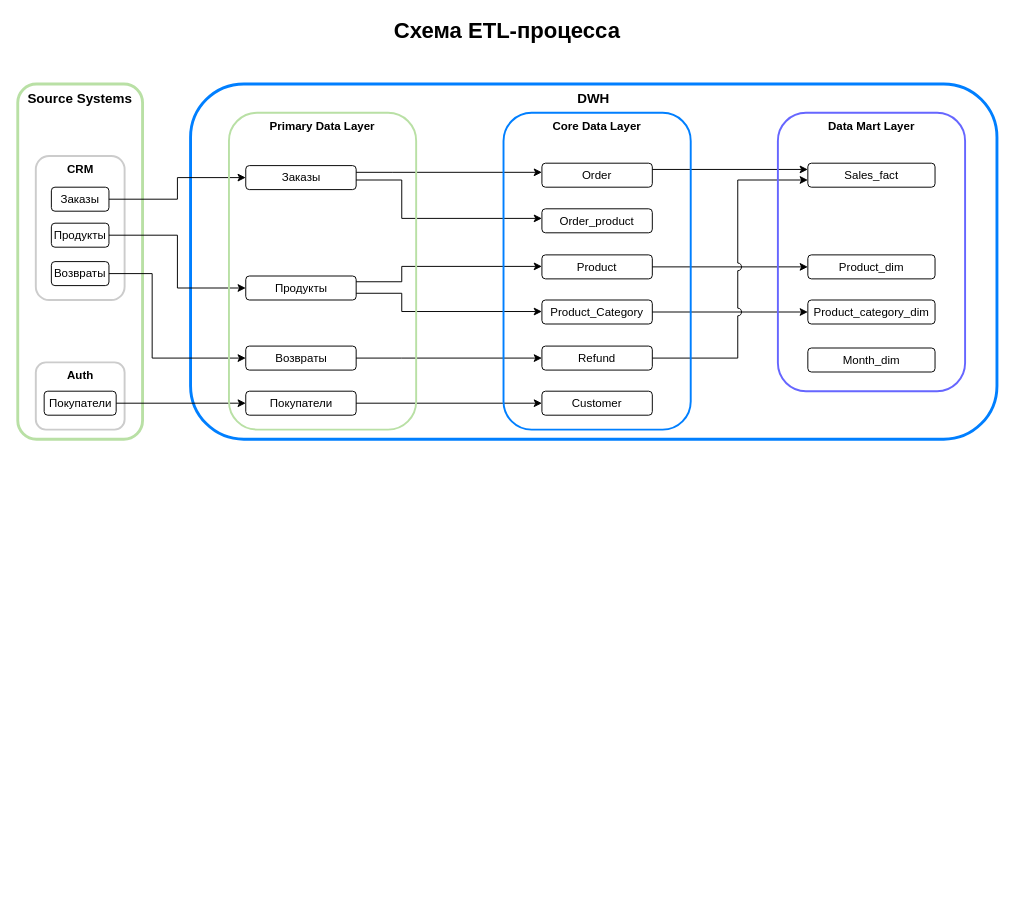
nik-gorby/PWH-18 keeps this draw.io diagram as page "ETL" (3 of 3) of PWH-18_diplom.drawio. Above is the earlier version. Source tidied: cells renumbered, new cells numbered last; positions are measured from the earlier drawing's top-left corner, leaving out a move shared by most shapes. Both pictures are drawn from the tidied source at 96%, with x=0, y=0 at pixel (17, 16).
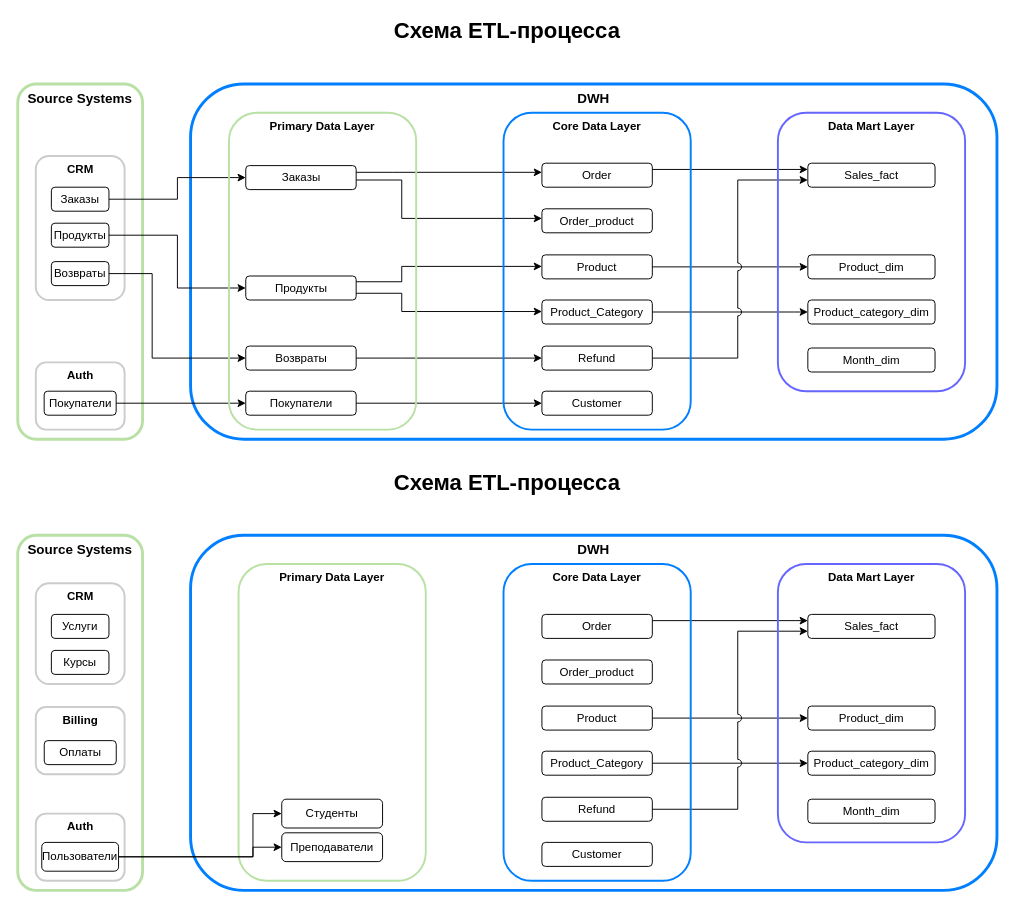
The same diagram, later.

Diff of the diagram source:
```diff
@@
+    <mxCell id="44" style="group;" parent="1" vertex="1">
+      <mxGeometry y="470" width="1020" height="440" as="geometry" />
+    </mxCell>
+    <mxCell id="45" value="Схема ETL-процесса" style="text;strokeColor=none;align=center;fillColor=none;html=1;verticalAlign=middle;whiteSpace=wrap;rounded=0;fontStyle=1;fontSize=23;" parent="44" vertex="1">
+      <mxGeometry x="385" width="250" height="30" as="geometry" />
+    </mxCell>
+    <mxCell id="46" value="&lt;b&gt;&lt;font style=&quot;font-size: 14px;&quot;&gt;DWH&lt;/font&gt;&lt;/b&gt;" style="rounded=1;whiteSpace=wrap;html=1;verticalAlign=top;fillColor=default;strokeColor=#007FFF;strokeWidth=3;" parent="44" vertex="1">
+      <mxGeometry x="180" y="70" width="840" height="370" as="geometry" />
+    </mxCell>
+    <mxCell id="47" value="&lt;b&gt;&lt;font style=&quot;font-size: 14px;&quot;&gt;Source Systems&lt;/font&gt;&lt;/b&gt;" style="rounded=1;whiteSpace=wrap;html=1;verticalAlign=top;fillColor=default;strokeColor=#B9E0A5;strokeWidth=3;" parent="44" vertex="1">
+      <mxGeometry y="70" width="130" height="370" as="geometry" />
+    </mxCell>
+    <mxCell id="48" style="edgeStyle=orthogonalEdgeStyle;rounded=0;jettySize=auto;html=1;jumpStyle=arc;" parent="44" edge="1" source="53" target="60">
+      <mxGeometry relative="1" as="geometry">
+        <Array as="points">
+          <mxPoint x="743" y="159" />
+          <mxPoint x="743" y="159" />
+        </Array>
+      </mxGeometry>
+    </mxCell>
+    <mxCell id="49" style="edgeStyle=orthogonalEdgeStyle;rounded=0;jettySize=auto;html=1;" parent="44" edge="1" source="55" target="62">
+      <mxGeometry relative="1" as="geometry" />
+    </mxCell>
+    <mxCell id="50" style="edgeStyle=orthogonalEdgeStyle;rounded=0;jettySize=auto;html=1;entryX=0;entryY=0.5;entryDx=0;entryDy=0;" parent="44" edge="1" source="56" target="63">
+      <mxGeometry relative="1" as="geometry" />
+    </mxCell>
+    <mxCell id="51" style="edgeStyle=orthogonalEdgeStyle;rounded=0;jettySize=auto;html=1;jumpStyle=arc;jumpSize=8;flowAnimation=0;shadow=0;" parent="44" edge="1" source="58" target="60">
+      <mxGeometry relative="1" as="geometry">
+        <Array as="points">
+          <mxPoint x="750" y="355" />
+          <mxPoint x="750" y="170" />
+        </Array>
+      </mxGeometry>
+    </mxCell>
+    <mxCell id="52" value="&lt;b&gt;Core Data Layer&lt;/b&gt;" style="rounded=1;whiteSpace=wrap;html=1;verticalAlign=top;fillColor=none;strokeColor=#007FFF;strokeWidth=2;" parent="44" vertex="1">
+      <mxGeometry x="506" y="100" width="195" height="330" as="geometry" />
+    </mxCell>
+    <mxCell id="53" value="Order" style="rounded=1;whiteSpace=wrap;html=1;fillColor=none;" parent="44" vertex="1">
+      <mxGeometry x="546" y="152.5" width="115" height="25" as="geometry" />
+    </mxCell>
+    <mxCell id="54" value="Order_product" style="rounded=1;whiteSpace=wrap;html=1;fillColor=none;" parent="44" vertex="1">
+      <mxGeometry x="546" y="200" width="115" height="25" as="geometry" />
+    </mxCell>
+    <mxCell id="55" value="P&lt;span style=&quot;background-color: transparent; color: light-dark(rgb(0, 0, 0), rgb(255, 255, 255));&quot;&gt;roduct&lt;/span&gt;" style="rounded=1;whiteSpace=wrap;html=1;fillColor=none;" parent="44" vertex="1">
+      <mxGeometry x="546" y="248" width="115" height="25" as="geometry" />
+    </mxCell>
+    <mxCell id="56" value="P&lt;span style=&quot;background-color: transparent; color: light-dark(rgb(0, 0, 0), rgb(255, 255, 255));&quot;&gt;roduct_Category&lt;/span&gt;" style="rounded=1;whiteSpace=wrap;html=1;fillColor=none;" parent="44" vertex="1">
+      <mxGeometry x="546" y="295" width="115" height="25" as="geometry" />
+    </mxCell>
+    <mxCell id="57" value="Customer" style="rounded=1;whiteSpace=wrap;html=1;fillColor=none;" parent="44" vertex="1">
+      <mxGeometry x="546" y="390" width="115" height="25" as="geometry" />
+    </mxCell>
+    <mxCell id="58" value="Refund" style="rounded=1;whiteSpace=wrap;html=1;fillColor=none;" parent="44" vertex="1">
+      <mxGeometry x="546" y="343" width="115" height="25" as="geometry" />
+    </mxCell>
+    <mxCell id="59" value="&lt;b&gt;Data Mart Layer&lt;/b&gt;" style="rounded=1;whiteSpace=wrap;html=1;verticalAlign=top;fillColor=none;strokeColor=#6666FF;strokeWidth=2;" parent="44" vertex="1">
+      <mxGeometry x="791.8" y="100" width="195" height="290" as="geometry" />
+    </mxCell>
+    <mxCell id="60" value="Sales_fact" style="rounded=1;whiteSpace=wrap;html=1;fillColor=none;" parent="44" vertex="1">
+      <mxGeometry x="823" y="152.5" width="132.5" height="25" as="geometry" />
+    </mxCell>
+    <mxCell id="61" value="Month_dim" style="rounded=1;whiteSpace=wrap;html=1;fillColor=none;" parent="44" vertex="1">
+      <mxGeometry x="823" y="345" width="132.5" height="25" as="geometry" />
+    </mxCell>
+    <mxCell id="62" value="Product_dim" style="rounded=1;whiteSpace=wrap;html=1;fillColor=none;" parent="44" vertex="1">
+      <mxGeometry x="823" y="248" width="132.5" height="25" as="geometry" />
+    </mxCell>
+    <mxCell id="63" value="Product_category_dim" style="rounded=1;whiteSpace=wrap;html=1;fillColor=none;" parent="44" vertex="1">
+      <mxGeometry x="823" y="295" width="132.5" height="25" as="geometry" />
+    </mxCell>
+    <mxCell id="64" value="&lt;b&gt;Primary Data Layer&lt;/b&gt;" style="rounded=1;whiteSpace=wrap;html=1;verticalAlign=top;fillColor=none;strokeColor=#B9E0A5;strokeWidth=2;" parent="44" vertex="1">
+      <mxGeometry x="230" y="100" width="195" height="330" as="geometry" />
+    </mxCell>
+    <mxCell id="65" style="group;" parent="44" vertex="1">
+      <mxGeometry x="18.8" y="120" width="92.5" height="105" as="geometry" />
+    </mxCell>
+    <mxCell id="66" value="&lt;b&gt;CRM&lt;/b&gt;" style="rounded=1;whiteSpace=wrap;html=1;fillColor=none;verticalAlign=top;strokeColor=#CCCCCC;strokeWidth=2;" parent="65" vertex="1">
+      <mxGeometry width="92.5" height="105" as="geometry" />
+    </mxCell>
+    <mxCell id="67" value="Услуги" style="rounded=1;whiteSpace=wrap;html=1;fillColor=none;" parent="65" vertex="1">
+      <mxGeometry x="16.2" y="32.5" width="60" height="25" as="geometry" />
+    </mxCell>
+    <mxCell id="68" value="Курсы" style="rounded=1;whiteSpace=wrap;html=1;fillColor=none;" parent="65" vertex="1">
+      <mxGeometry x="16.2" y="70" width="60" height="25" as="geometry" />
+    </mxCell>
+    <mxCell id="69" style="group;" parent="44" vertex="1">
+      <mxGeometry x="18.8" y="249" width="92.5" height="70" as="geometry" />
+    </mxCell>
+    <mxCell id="70" value="&lt;b&gt;Billing&lt;/b&gt;" style="rounded=1;whiteSpace=wrap;html=1;fillColor=none;verticalAlign=top;strokeColor=#CCCCCC;strokeWidth=2;" parent="69" vertex="1">
+      <mxGeometry width="92.5" height="70" as="geometry" />
+    </mxCell>
+    <mxCell id="71" value="Оплаты" style="rounded=1;whiteSpace=wrap;html=1;fillColor=none;" parent="69" vertex="1">
+      <mxGeometry x="8.8" y="35" width="75" height="25" as="geometry" />
+    </mxCell>
+    <mxCell id="72" style="group;" parent="44" vertex="1">
+      <mxGeometry x="16.9" y="360" width="96.2" height="70" as="geometry" />
+    </mxCell>
+    <mxCell id="73" value="&lt;b&gt;Auth&lt;/b&gt;" style="rounded=1;whiteSpace=wrap;html=1;fillColor=none;verticalAlign=top;strokeColor=#CCCCCC;strokeWidth=2;" parent="72" vertex="1">
+      <mxGeometry x="1.9" width="92.5" height="70" as="geometry" />
+    </mxCell>
+    <mxCell id="74" value="Пользователи" style="rounded=1;whiteSpace=wrap;html=1;fillColor=none;" parent="72" vertex="1">
+      <mxGeometry x="8.1" y="30" width="80" height="30" as="geometry" />
+    </mxCell>
+    <mxCell id="75" value="Студенты" style="rounded=1;whiteSpace=wrap;html=1;fillColor=none;" parent="44" vertex="1">
+      <mxGeometry x="275" y="345" width="105" height="30" as="geometry" />
+    </mxCell>
+    <mxCell id="76" value="Преподаватели" style="rounded=1;whiteSpace=wrap;html=1;fillColor=none;" parent="44" vertex="1">
+      <mxGeometry x="275" y="380" width="105" height="30" as="geometry" />
+    </mxCell>
+    <mxCell id="77" style="endArrow=classic;html=1;rounded=0;edgeStyle=orthogonalEdgeStyle;" parent="44" edge="1" source="74" target="75">
+      <mxGeometry relative="1" as="geometry">
+        <Array as="points">
+          <mxPoint x="245" y="405" />
+          <mxPoint x="245" y="360" />
+        </Array>
+      </mxGeometry>
+    </mxCell>
+    <mxCell id="78" style="endArrow=classic;html=1;rounded=0;edgeStyle=orthogonalEdgeStyle;" parent="44" edge="1" source="74" target="76">
+      <mxGeometry relative="1" as="geometry">
+        <Array as="points">
+          <mxPoint x="245" y="405" />
+          <mxPoint x="245" y="395" />
+        </Array>
+      </mxGeometry>
+    </mxCell>
```
